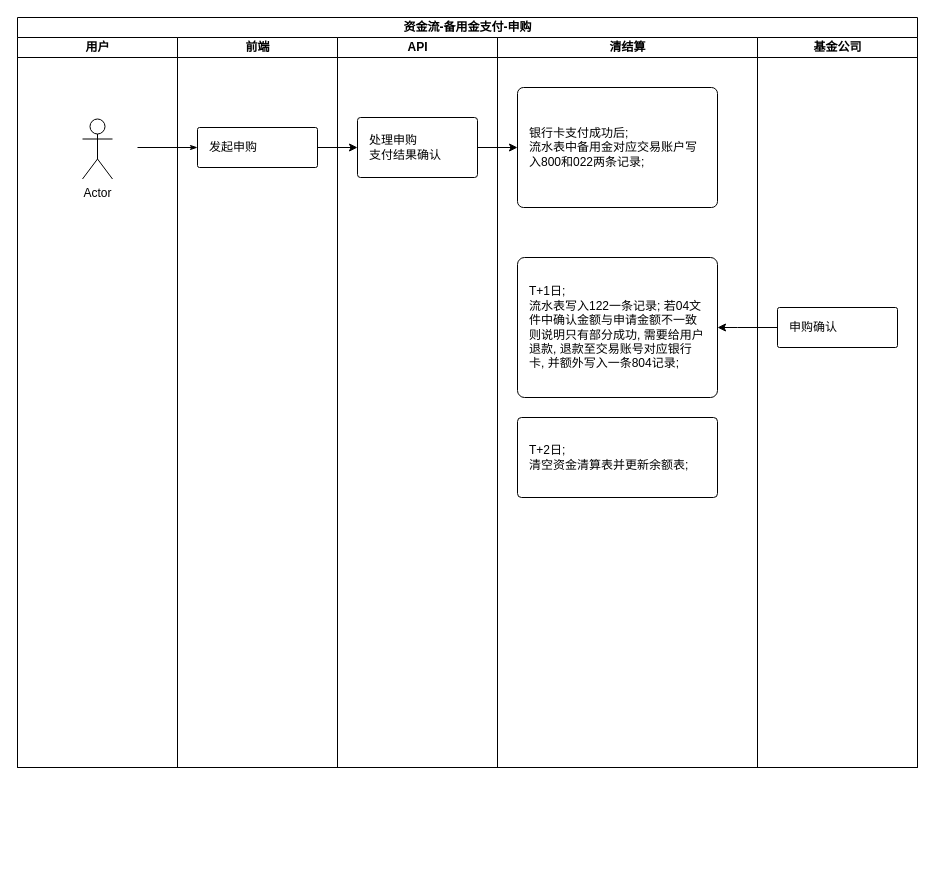
Above: page "申购-备用金支付" (4 of 7) of 2.drawio in xieyx/flow (draw.io), before the change. Source tidied: cells renumbered, new cells numbered last; positions are measured from the earlier drawing's top-left corner, leaving out a move shared by most shapes. Both pictures are drawn from the tidied source at 100%, with x=0, y=0 at pixel (17, 17).
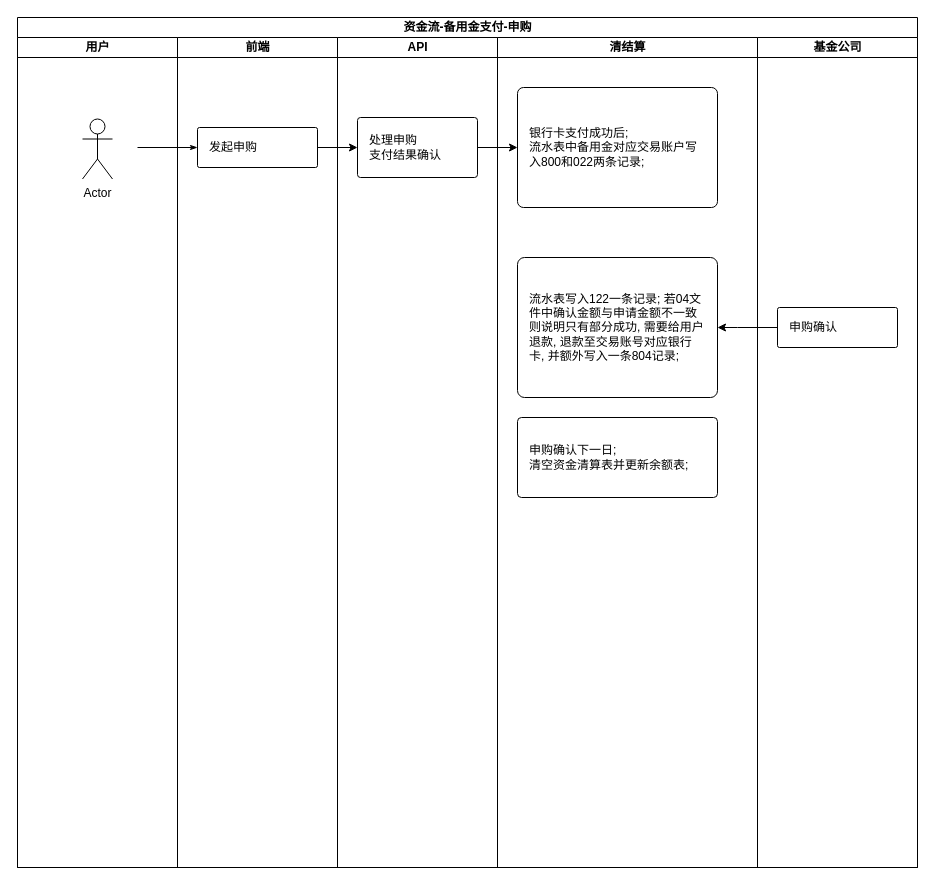
Above is the later version.

The edit, as a diff of the source:
```diff
@@
     <mxCell id="2" value="资金流-备用金支付-申购" style="swimlane;html=1;startSize=20;shadow=0;labelBackgroundColor=none;strokeWidth=1;fontFamily=Helvetica;fontSize=12;align=center;" parent="1" vertex="1">
-      <mxGeometry width="900" height="750" as="geometry" />
+      <mxGeometry width="900" height="850" as="geometry" />
     </mxCell>
     <mxCell id="3" value="用户" style="swimlane;html=1;startSize=20;fontFamily=Helvetica;fontSize=12;" parent="2" vertex="1">
-      <mxGeometry y="20" width="160" height="730" as="geometry" />
+      <mxGeometry y="20" width="160" height="830" as="geometry" />
     </mxCell>
@@
     <mxCell id="5" value="前端" style="swimlane;html=1;startSize=20;fontFamily=Helvetica;fontSize=12;" parent="2" vertex="1">
-      <mxGeometry x="160" y="20" width="160" height="730" as="geometry" />
+      <mxGeometry x="160" y="20" width="160" height="830" as="geometry" />
     </mxCell>
@@
     <mxCell id="7" value="API" style="swimlane;html=1;startSize=20;fontFamily=Helvetica;fontSize=12;" parent="2" vertex="1">
-      <mxGeometry x="320" y="20" width="160" height="730" as="geometry" />
+      <mxGeometry x="320" y="20" width="160" height="830" as="geometry" />
     </mxCell>
@@
     <mxCell id="12" value="清结算" style="swimlane;html=1;startSize=20;fontFamily=Helvetica;fontSize=12;" parent="2" vertex="1">
-      <mxGeometry x="480" y="20" width="260" height="730" as="geometry" />
+      <mxGeometry x="480" y="20" width="260" height="830" as="geometry" />
     </mxCell>
@@
-    <mxCell id="14" value="T+1日;&lt;br style=&quot;font-size: 12px;&quot;&gt;流水表写入122一条记录;&amp;nbsp;&lt;span style=&quot;font-size: 12px;&quot;&gt;若04文件中确认金额&lt;/span&gt;与申请金额&lt;span style=&quot;font-size: 12px;&quot;&gt;不一致则说明只有部分成功&lt;/span&gt;&lt;span style=&quot;font-size: 12px;&quot;&gt;,&lt;/span&gt;&lt;span style=&quot;font-size: 12px;&quot;&gt;&amp;nbsp;需要给用户退款&lt;/span&gt;&lt;span style=&quot;font-size: 12px;&quot;&gt;,&lt;/span&gt;&lt;span style=&quot;font-size: 12px;&quot;&gt;&amp;nbsp;退款至交易账号对应银行卡&lt;/span&gt;&lt;span style=&quot;font-size: 12px;&quot;&gt;,&lt;/span&gt;&lt;span style=&quot;font-size: 12px;&quot;&gt;&amp;nbsp;并额外写入一条804记录;&lt;/span&gt;" style="rounded=1;whiteSpace=wrap;html=1;align=left;spacingLeft=2;spacingRight=2;spacing=10;arcSize=5;fontFamily=Helvetica;fontSize=12;" parent="12" vertex="1">
+    <mxCell id="14" value="流水表写入122一条记录;&amp;nbsp;&lt;span style=&quot;font-size: 12px&quot;&gt;若04文件中确认金额&lt;/span&gt;与申请金额&lt;span style=&quot;font-size: 12px&quot;&gt;不一致则说明只有部分成功&lt;/span&gt;&lt;span style=&quot;font-size: 12px&quot;&gt;,&lt;/span&gt;&lt;span style=&quot;font-size: 12px&quot;&gt;&amp;nbsp;需要给用户退款&lt;/span&gt;&lt;span style=&quot;font-size: 12px&quot;&gt;,&lt;/span&gt;&lt;span style=&quot;font-size: 12px&quot;&gt;&amp;nbsp;退款至交易账号对应银行卡&lt;/span&gt;&lt;span style=&quot;font-size: 12px&quot;&gt;,&lt;/span&gt;&lt;span style=&quot;font-size: 12px&quot;&gt;&amp;nbsp;并额外写入一条804记录;&lt;/span&gt;" style="rounded=1;whiteSpace=wrap;html=1;align=left;spacingLeft=2;spacingRight=2;spacing=10;arcSize=5;fontFamily=Helvetica;fontSize=12;" parent="12" vertex="1">
       <mxGeometry x="20" y="220" width="200" height="140" as="geometry" />
     </mxCell>
-    <mxCell id="15" value="T+2日;&lt;br style=&quot;font-size: 12px;&quot;&gt;清空资金清算表并更新余额表;" style="rounded=1;whiteSpace=wrap;html=1;align=left;spacingLeft=2;spacingRight=2;spacing=10;arcSize=5;fontFamily=Helvetica;fontSize=12;" parent="12" vertex="1">
+    <mxCell id="15" value="申购确认下一日;&lt;br&gt;清空资金清算表并更新余额表;" style="rounded=1;whiteSpace=wrap;html=1;align=left;spacingLeft=2;spacingRight=2;spacing=10;arcSize=5;fontFamily=Helvetica;fontSize=12;" parent="12" vertex="1">
       <mxGeometry x="20" y="380" width="200" height="80" as="geometry" />
     </mxCell>
     <mxCell id="16" value="基金公司" style="swimlane;html=1;startSize=20;fontFamily=Helvetica;fontSize=12;" parent="2" vertex="1">
-      <mxGeometry x="740" y="20" width="160" height="730" as="geometry" />
+      <mxGeometry x="740" y="20" width="160" height="830" as="geometry" />
     </mxCell>
```
